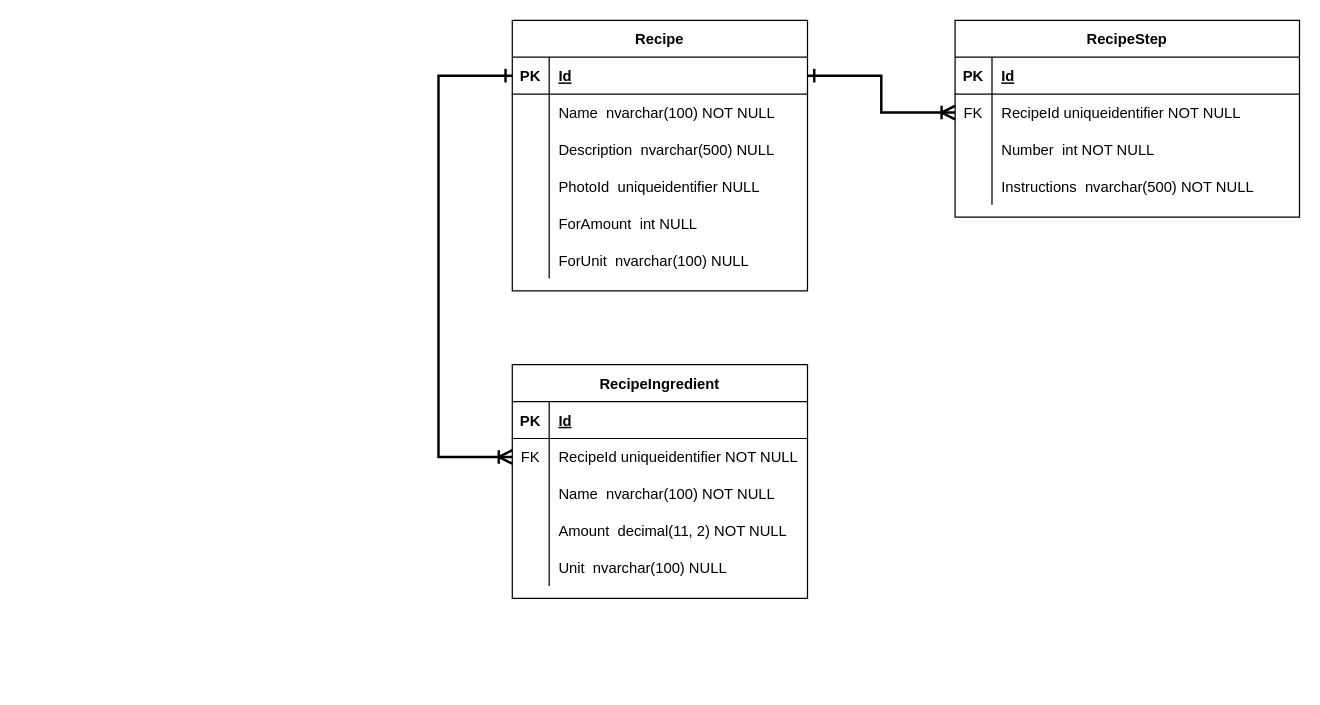
Earlier version of the draw.io diagram documentation/Recipes ERD.drawio (steffbeckers/recipes). Source tidied: cells renumbered, new cells numbered last; positions are measured from the earlier drawing's top-left corner, leaving out a move shared by most shapes. Both pictures are drawn from the tidied source at 123%, with x=0, y=0 at pixel (438, 20).
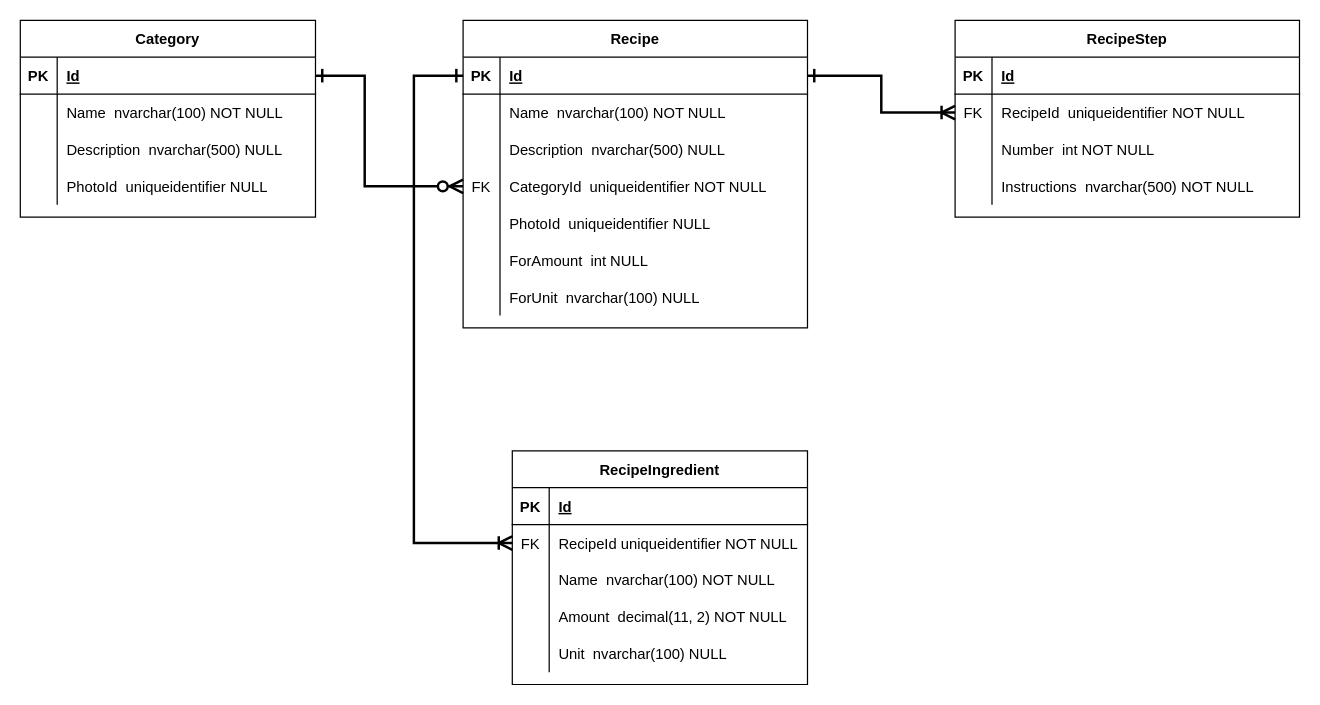
After the change.

Commit message:
Recipe ERD update

Unchanged cells that the change refers to:
```xml
<mxCell id="25" style="shape=partialRectangle;fillColor=none;top=0;left=0;bottom=0;right=0;points=[[0,0.5],[1,0.5]];portConstraint=eastwest;" parent="21" vertex="1">
  <mxGeometry y="60" width="280" height="30" as="geometry" />
</mxCell>
<mxCell id="39" style="shape=partialRectangle;fillColor=none;top=0;left=0;bottom=0;right=0;points=[[0,0.5],[1,0.5]];portConstraint=eastwest;" parent="35" vertex="1">
  <mxGeometry y="60" width="240" height="30" as="geometry" />
</mxCell>
```

The edit, as a diff of the source:
```diff
@@
     <mxCell id="2" value="Recipe" style="shape=table;startSize=30;childLayout=tableLayout;rowLines=0;fontStyle=1;align=center;" parent="1" vertex="1">
-      <mxGeometry x="60" width="240" height="220" as="geometry" />
+      <mxGeometry x="20" width="280" height="250" as="geometry" />
     </mxCell>
     <mxCell id="3" style="shape=partialRectangle;fillColor=none;top=0;left=0;bottom=1;right=0;points=[[0,0.5],[1,0.5]];portConstraint=eastwest;" parent="2" vertex="1">
-      <mxGeometry y="30" width="240" height="30" as="geometry" />
+      <mxGeometry y="30" width="280" height="30" as="geometry" />
     </mxCell>
@@
     <mxCell id="5" value="Id" style="shape=partialRectangle;fillColor=none;top=0;left=0;bottom=0;right=0;align=left;spacingLeft=6;fontStyle=5;overflow=hidden;" parent="3" vertex="1">
-      <mxGeometry x="30" width="210" height="30" as="geometry" />
+      <mxGeometry x="30" width="250" height="30" as="geometry" />
     </mxCell>
     <mxCell id="6" style="shape=partialRectangle;fillColor=none;top=0;left=0;bottom=0;right=0;" parent="2" vertex="1">
-      <mxGeometry y="60" width="240" height="30" as="geometry" />
+      <mxGeometry y="60" width="280" height="30" as="geometry" />
     </mxCell>
@@
     <mxCell id="8" value="Name  nvarchar(100) NOT NULL" style="shape=partialRectangle;fillColor=none;top=0;left=0;bottom=0;right=0;align=left;spacingLeft=6;overflow=hidden;" parent="6" vertex="1">
-      <mxGeometry x="30" width="210" height="30" as="geometry" />
+      <mxGeometry x="30" width="250" height="30" as="geometry" />
     </mxCell>
     <mxCell id="9" style="shape=partialRectangle;fillColor=none;top=0;left=0;bottom=0;right=0;" parent="2" vertex="1">
-      <mxGeometry y="90" width="240" height="30" as="geometry" />
+      <mxGeometry y="90" width="280" height="30" as="geometry" />
     </mxCell>
@@
     <mxCell id="11" value="Description  nvarchar(500) NULL" style="shape=partialRectangle;fillColor=none;top=0;left=0;bottom=0;right=0;align=left;spacingLeft=6;overflow=hidden;" parent="9" vertex="1">
-      <mxGeometry x="30" width="210" height="30" as="geometry" />
+      <mxGeometry x="30" width="250" height="30" as="geometry" />
     </mxCell>
     <mxCell id="12" style="shape=partialRectangle;fillColor=none;top=0;left=0;bottom=0;right=0;points=[[0,0.5],[1,0.5]];portConstraint=eastwest;" parent="2" vertex="1">
-      <mxGeometry y="120" width="240" height="30" as="geometry" />
+      <mxGeometry y="120" width="280" height="30" as="geometry" />
     </mxCell>
-    <mxCell id="13" style="shape=partialRectangle;fillColor=none;top=0;left=0;bottom=0;right=0;overflow=hidden;" parent="12" vertex="1">
+    <mxCell id="13" value="FK" style="shape=partialRectangle;fillColor=none;top=0;left=0;bottom=0;right=0;overflow=hidden;" parent="12" vertex="1">
       <mxGeometry width="30" height="30" as="geometry" />
     </mxCell>
-    <mxCell id="14" value="PhotoId  uniqueidentifier NULL" style="shape=partialRectangle;fillColor=none;top=0;left=0;bottom=0;right=0;align=left;spacingLeft=6;overflow=hidden;" parent="12" vertex="1">
-      <mxGeometry x="30" width="210" height="30" as="geometry" />
+    <mxCell id="14" value="CategoryId  uniqueidentifier NOT NULL" style="shape=partialRectangle;fillColor=none;top=0;left=0;bottom=0;right=0;align=left;spacingLeft=6;overflow=hidden;" parent="12" vertex="1">
+      <mxGeometry x="30" width="250" height="30" as="geometry" />
     </mxCell>
+    <mxCell id="52" style="shape=partialRectangle;fillColor=none;top=0;left=0;bottom=0;right=0;" parent="2" vertex="1">
+      <mxGeometry y="150" width="280" height="30" as="geometry" />
+    </mxCell>
+    <mxCell id="53" style="shape=partialRectangle;fillColor=none;top=0;left=0;bottom=0;right=0;overflow=hidden;" parent="52" vertex="1">
+      <mxGeometry width="30" height="30" as="geometry" />
+    </mxCell>
+    <mxCell id="54" value="PhotoId  uniqueidentifier NULL" style="shape=partialRectangle;fillColor=none;top=0;left=0;bottom=0;right=0;align=left;spacingLeft=6;overflow=hidden;" parent="52" vertex="1">
+      <mxGeometry x="30" width="250" height="30" as="geometry" />
+    </mxCell>
     <mxCell id="15" style="shape=partialRectangle;fillColor=none;top=0;left=0;bottom=0;right=0;" parent="2" vertex="1">
-      <mxGeometry y="150" width="240" height="30" as="geometry" />
+      <mxGeometry y="180" width="280" height="30" as="geometry" />
     </mxCell>
@@
     <mxCell id="17" value="ForAmount  int NULL" style="shape=partialRectangle;fillColor=none;top=0;left=0;bottom=0;right=0;align=left;spacingLeft=6;overflow=hidden;" parent="15" vertex="1">
-      <mxGeometry x="30" width="210" height="30" as="geometry" />
+      <mxGeometry x="30" width="250" height="30" as="geometry" />
     </mxCell>
     <mxCell id="18" style="shape=partialRectangle;fillColor=none;top=0;left=0;bottom=0;right=0;" parent="2" vertex="1">
-      <mxGeometry y="180" width="240" height="30" as="geometry" />
+      <mxGeometry y="210" width="280" height="30" as="geometry" />
     </mxCell>
@@
     <mxCell id="20" value="ForUnit  nvarchar(100) NULL" style="shape=partialRectangle;fillColor=none;top=0;left=0;bottom=0;right=0;align=left;spacingLeft=6;overflow=hidden;" parent="18" vertex="1">
-      <mxGeometry x="30" width="210" height="30" as="geometry" />
+      <mxGeometry x="30" width="250" height="30" as="geometry" />
     </mxCell>
@@
-    <mxCell id="27" value="RecipeId uniqueidentifier NOT NULL" style="shape=partialRectangle;fillColor=none;top=0;left=0;bottom=0;right=0;align=left;spacingLeft=6;overflow=hidden;" parent="25" vertex="1">
+    <mxCell id="27" value="RecipeId  uniqueidentifier NOT NULL" style="shape=partialRectangle;fillColor=none;top=0;left=0;bottom=0;right=0;align=left;spacingLeft=6;overflow=hidden;" parent="25" vertex="1">
       <mxGeometry x="30" width="250" height="30" as="geometry" />
     </mxCell>
@@
     <mxCell id="35" value="RecipeIngredient" style="shape=table;startSize=30;childLayout=tableLayout;rowLines=0;fontStyle=1;align=center;" parent="1" vertex="1">
-      <mxGeometry x="60" y="280" width="240" height="190" as="geometry" />
+      <mxGeometry x="60" y="350" width="240" height="190" as="geometry" />
     </mxCell>
@@
     <mxCell id="51" style="edgeStyle=orthogonalEdgeStyle;rounded=0;jettySize=auto;html=1;exitX=0;exitY=0.5;exitDx=0;exitDy=0;entryX=0;entryY=0.5;entryDx=0;entryDy=0;startArrow=ERone;startFill=0;endArrow=ERoneToMany;endFill=0;startSize=8;endSize=8;strokeWidth=2;" parent="1" edge="1" source="3" target="39">
       <mxGeometry relative="1" as="geometry">
         <Array as="points">
-          <mxPoint y="45" />
-          <mxPoint y="355" />
+          <mxPoint x="-20" y="45" />
+          <mxPoint x="-20" y="425" />
         </Array>
       </mxGeometry>
     </mxCell>
+    <mxCell id="55" value="Category" style="shape=table;startSize=30;childLayout=tableLayout;rowLines=0;fontStyle=1;align=center;" parent="1" vertex="1">
+      <mxGeometry x="-340" width="240" height="160" as="geometry" />
+    </mxCell>
+    <mxCell id="56" style="shape=partialRectangle;fillColor=none;top=0;left=0;bottom=1;right=0;points=[[0,0.5],[1,0.5]];portConstraint=eastwest;" parent="55" vertex="1">
+      <mxGeometry y="30" width="240" height="30" as="geometry" />
+    </mxCell>
+    <mxCell id="57" value="PK" style="shape=partialRectangle;fillColor=none;top=0;left=0;bottom=0;right=0;fontStyle=1;overflow=hidden;" parent="56" vertex="1">
+      <mxGeometry width="30" height="30" as="geometry" />
+    </mxCell>
+    <mxCell id="58" value="Id" style="shape=partialRectangle;fillColor=none;top=0;left=0;bottom=0;right=0;align=left;spacingLeft=6;fontStyle=5;overflow=hidden;" parent="56" vertex="1">
+      <mxGeometry x="30" width="210" height="30" as="geometry" />
+    </mxCell>
+    <mxCell id="59" style="shape=partialRectangle;fillColor=none;top=0;left=0;bottom=0;right=0;" parent="55" vertex="1">
+      <mxGeometry y="60" width="240" height="30" as="geometry" />
+    </mxCell>
+    <mxCell id="60" style="shape=partialRectangle;fillColor=none;top=0;left=0;bottom=0;right=0;overflow=hidden;" parent="59" vertex="1">
+      <mxGeometry width="30" height="30" as="geometry" />
+    </mxCell>
+    <mxCell id="61" value="Name  nvarchar(100) NOT NULL" style="shape=partialRectangle;fillColor=none;top=0;left=0;bottom=0;right=0;align=left;spacingLeft=6;overflow=hidden;" parent="59" vertex="1">
+      <mxGeometry x="30" width="210" height="30" as="geometry" />
+    </mxCell>
+    <mxCell id="62" style="shape=partialRectangle;fillColor=none;top=0;left=0;bottom=0;right=0;" parent="55" vertex="1">
+      <mxGeometry y="90" width="240" height="30" as="geometry" />
+    </mxCell>
+    <mxCell id="63" style="shape=partialRectangle;fillColor=none;top=0;left=0;bottom=0;right=0;overflow=hidden;" parent="62" vertex="1">
+      <mxGeometry width="30" height="30" as="geometry" />
+    </mxCell>
+    <mxCell id="64" value="Description  nvarchar(500) NULL" style="shape=partialRectangle;fillColor=none;top=0;left=0;bottom=0;right=0;align=left;spacingLeft=6;overflow=hidden;" parent="62" vertex="1">
+      <mxGeometry x="30" width="210" height="30" as="geometry" />
+    </mxCell>
+    <mxCell id="65" style="shape=partialRectangle;fillColor=none;top=0;left=0;bottom=0;right=0;" parent="55" vertex="1">
+      <mxGeometry y="120" width="240" height="30" as="geometry" />
+    </mxCell>
+    <mxCell id="66" style="shape=partialRectangle;fillColor=none;top=0;left=0;bottom=0;right=0;overflow=hidden;" parent="65" vertex="1">
+      <mxGeometry width="30" height="30" as="geometry" />
+    </mxCell>
+    <mxCell id="67" value="PhotoId  uniqueidentifier NULL" style="shape=partialRectangle;fillColor=none;top=0;left=0;bottom=0;right=0;align=left;spacingLeft=6;overflow=hidden;" parent="65" vertex="1">
+      <mxGeometry x="30" width="210" height="30" as="geometry" />
+    </mxCell>
+    <mxCell id="68" style="edgeStyle=orthogonalEdgeStyle;rounded=0;jettySize=auto;html=1;exitX=1;exitY=0.5;exitDx=0;exitDy=0;entryX=0;entryY=0.5;entryDx=0;entryDy=0;strokeWidth=2;endSize=8;startSize=8;endArrow=ERzeroToMany;endFill=1;startArrow=ERone;startFill=0;" parent="1" edge="1" source="56" target="12">
+      <mxGeometry relative="1" as="geometry">
+        <Array as="points">
+          <mxPoint x="-60" y="45" />
+          <mxPoint x="-60" y="135" />
+        </Array>
+      </mxGeometry>
+    </mxCell>
```
